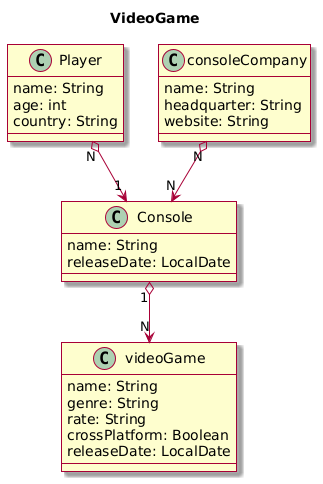
Earlier version of the PlantUML export docs/videogame.models.png (miw-upm/apaw-practice). Source of this version:
```plantuml
@startuml
skin rose
title VideoGame

class Player{
name: String
age: int
country: String
}

class Console{
name: String
releaseDate: LocalDate
}

class videoGame{
name: String
genre: String
rate: String
crossPlatform: Boolean
releaseDate: LocalDate
}

class consoleCompany{
name: String
headquarter: String
website: String
}

consoleCompany "N" o--> "N" Console
Player  "N" o--> "1" Console
Console "1" o--> "N" videoGame
@enduml
```
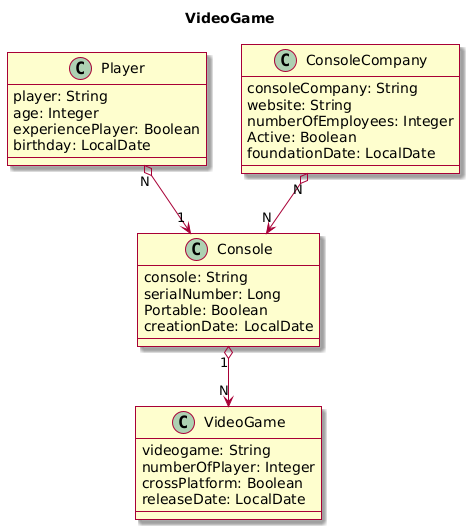
After the change.

Commit message:
Fixed classes and UML #826

Change to the diagram source:
```diff
@@ -3,31 +3,35 @@
 title VideoGame
 
 class Player{
-name: String
-age: int
-country: String
+player: String
+age: Integer
+experiencePlayer: Boolean
+birthday: LocalDate
 }
 
 class Console{
-name: String
-releaseDate: LocalDate
+console: String
+serialNumber: Long
+Portable: Boolean
+creationDate: LocalDate
 }
 
-class videoGame{
-name: String
-genre: String
-rate: String
+class VideoGame{
+videogame: String
+numberOfPlayer: Integer
 crossPlatform: Boolean
 releaseDate: LocalDate
 }
 
-class consoleCompany{
-name: String
-headquarter: String
+class ConsoleCompany{
+consoleCompany: String
 website: String
+numberOfEmployees: Integer
+Active: Boolean
+foundationDate: LocalDate
 }
 
-consoleCompany "N" o--> "N" Console
+ConsoleCompany "N" o--> "N" Console
 Player  "N" o--> "1" Console
-Console "1" o--> "N" videoGame
+Console "1" o--> "N" VideoGame
 @enduml
```
